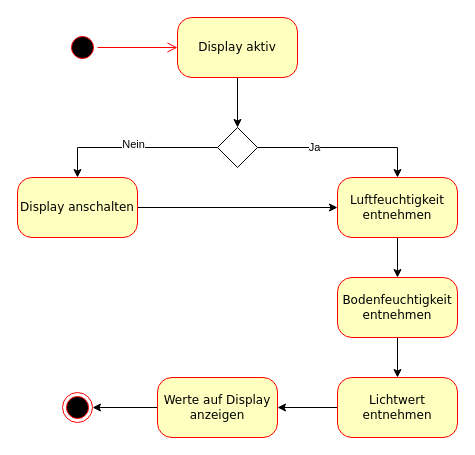
Before: Display_Zustandsdiagramm.drawio in Chae-Rie/urbangardening, a draw.io diagram. Source tidied: cells renumbered, new cells numbered last; positions are measured from the earlier drawing's top-left corner, leaving out a move shared by most shapes. Both pictures are drawn from the tidied source at 100%, with x=0, y=0 at pixel (17, 17).
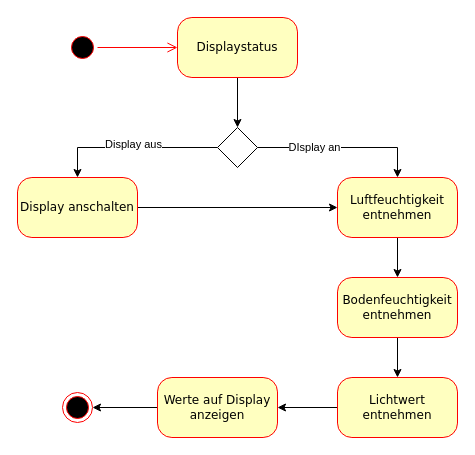
After the change.

The change refers to these unchanged cells:
```xml
<mxCell id="7" style="edgeStyle=orthogonalEdgeStyle;rounded=0;jettySize=auto;html=1;exitX=1;exitY=0.5;exitDx=0;exitDy=0;entryX=0.5;entryY=0;entryDx=0;entryDy=0;" parent="1" edge="1" source="11" target="13">
  <mxGeometry relative="1" as="geometry" />
</mxCell>
<mxCell id="9" style="edgeStyle=orthogonalEdgeStyle;rounded=0;jettySize=auto;html=1;exitX=0;exitY=0.5;exitDx=0;exitDy=0;" parent="1" edge="1" source="11" target="15">
  <mxGeometry relative="1" as="geometry" />
</mxCell>
```

Change to the diagram source:
```diff
@@
-    <mxCell id="4" value="Display aktiv" style="rounded=1;whiteSpace=wrap;html=1;arcSize=24;fillColor=#ffffc0;strokeColor=#ff0000;shadow=0;comic=0;labelBackgroundColor=none;fontFamily=Verdana;fontSize=12;fontColor=#000000;align=center;" parent="1" vertex="1">
+    <mxCell id="4" value="Displaystatus" style="rounded=1;whiteSpace=wrap;html=1;arcSize=24;fillColor=#ffffc0;strokeColor=#ff0000;shadow=0;comic=0;labelBackgroundColor=none;fontFamily=Verdana;fontSize=12;fontColor=#000000;align=center;" parent="1" vertex="1">
       <mxGeometry x="160" width="120" height="60" as="geometry" />
     </mxCell>
@@
-    <mxCell id="8" value="Ja" style="edgeLabel;html=1;align=center;verticalAlign=middle;" parent="7" vertex="1">
+    <mxCell id="8" value="DIsplay an" style="edgeLabel;html=1;align=center;verticalAlign=middle;" parent="7" vertex="1">
       <mxGeometry x="-0.34" y="1" relative="1" as="geometry" />
     </mxCell>
@@
-    <mxCell id="10" value="Nein" style="edgeLabel;html=1;align=center;verticalAlign=middle;" parent="9" vertex="1">
+    <mxCell id="10" value="Display aus" style="edgeLabel;html=1;align=center;verticalAlign=middle;" parent="9" vertex="1">
       <mxGeometry y="-4" relative="1" as="geometry" />
     </mxCell>
```
